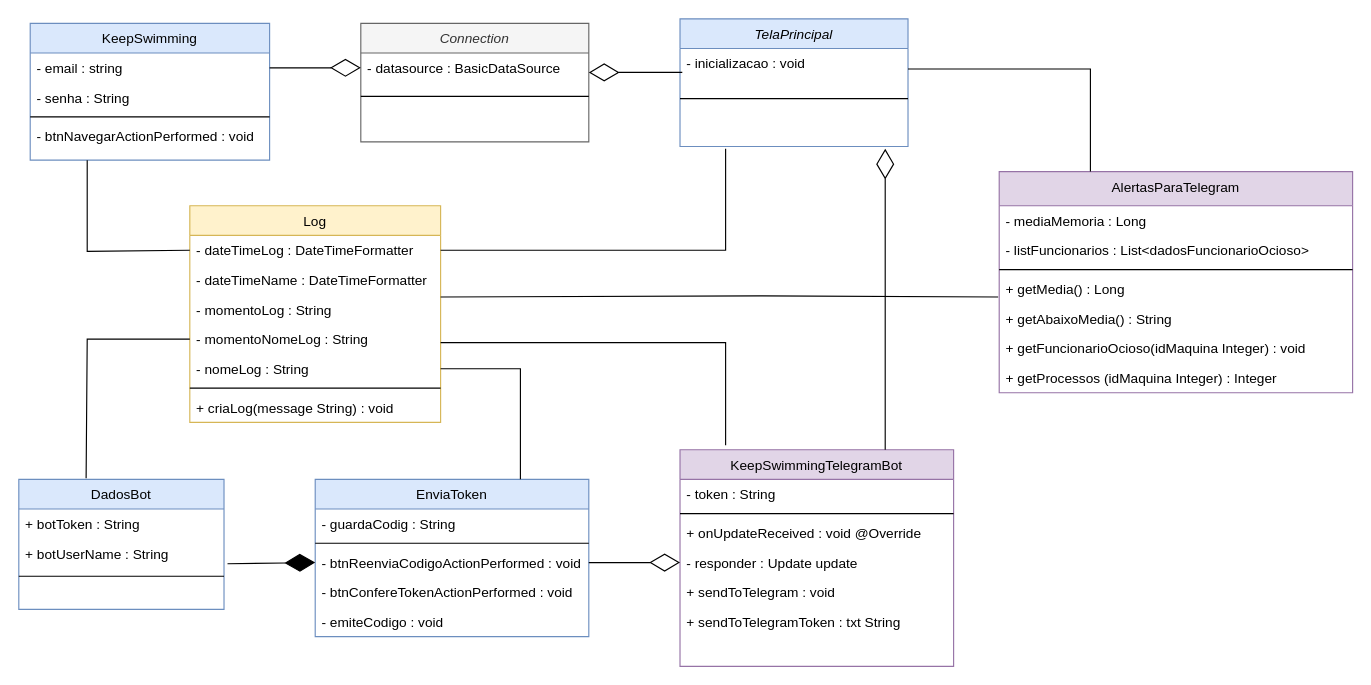
NetoOSantos/Keep-Swimming keeps this draw.io diagram as documentaçao/keepSwimming.drawio. Above is the earlier version. Source tidied: cells renumbered, new cells numbered last; positions are measured from the earlier drawing's top-left corner, leaving out a move shared by most shapes. Both pictures are drawn from the tidied source at 114%, with x=0, y=0 at pixel (18, 18).
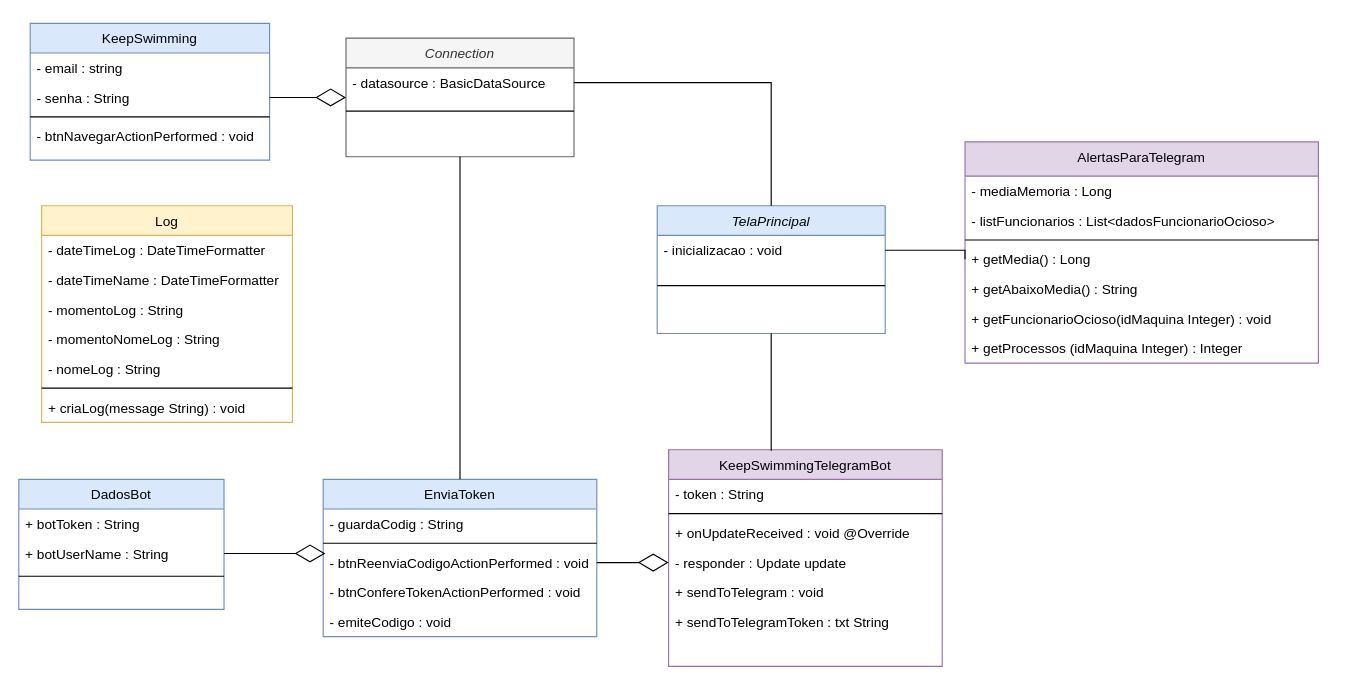
The same diagram, later.

Unchanged cells that the change refers to:
```xml
<mxCell id="3" value="- datasource : BasicDataSource" style="text;align=left;verticalAlign=top;spacingLeft=4;spacingRight=4;overflow=hidden;points=[[0,0.5],[1,0.5]];portConstraint=eastwest;" parent="2" vertex="1">
  <mxGeometry y="26" width="200" height="26" as="geometry" />
</mxCell>
<mxCell id="8" value="- btnReenviaCodigoActionPerformed : void&#10;" style="text;align=left;verticalAlign=top;spacingLeft=4;spacingRight=4;overflow=hidden;points=[[0,0.5],[1,0.5]];portConstraint=eastwest;" parent="5" vertex="1">
  <mxGeometry y="60" width="240" height="26" as="geometry" />
</mxCell>
<mxCell id="11" value="DadosBot" style="swimlane;fontStyle=0;align=center;verticalAlign=top;horizontal=1;startSize=26;rounded=0;shadow=0;strokeWidth=1;fillColor=#dae8fc;strokeColor=#6c8ebf;" parent="1" vertex="1">
  <mxGeometry y="404" width="180" height="114" as="geometry" />
</mxCell>
<mxCell id="13" value="+ botUserName : String" style="text;align=left;verticalAlign=top;spacingLeft=4;spacingRight=4;overflow=hidden;points=[[0,0.5],[1,0.5]];portConstraint=eastwest;rounded=0;shadow=0;html=0;" parent="11" vertex="1">
  <mxGeometry y="52" width="180" height="26" as="geometry" />
</mxCell>
<mxCell id="16" value="- email : string" style="text;align=left;verticalAlign=top;spacingLeft=4;spacingRight=4;overflow=hidden;points=[[0,0.5],[1,0.5]];portConstraint=eastwest;" parent="15" vertex="1">
  <mxGeometry y="26" width="210" height="26" as="geometry" />
</mxCell>
<mxCell id="17" value="- senha : String" style="text;align=left;verticalAlign=top;spacingLeft=4;spacingRight=4;overflow=hidden;points=[[0,0.5],[1,0.5]];portConstraint=eastwest;" parent="15" vertex="1">
  <mxGeometry y="52" width="210" height="26" as="geometry" />
</mxCell>
<mxCell id="24" value="- responder : Update update" style="text;align=left;verticalAlign=top;spacingLeft=4;spacingRight=4;overflow=hidden;points=[[0,0.5],[1,0.5]];portConstraint=eastwest;" parent="20" vertex="1">
  <mxGeometry y="86" width="240" height="26" as="geometry" />
</mxCell>
<mxCell id="28" value="- inicializacao : void" style="text;align=left;verticalAlign=top;spacingLeft=4;spacingRight=4;overflow=hidden;points=[[0,0.5],[1,0.5]];portConstraint=eastwest;" parent="27" vertex="1">
  <mxGeometry y="26" width="200" height="26" as="geometry" />
</mxCell>
<mxCell id="37" value="+ getMedia() : Long" style="text;align=left;verticalAlign=top;spacingLeft=4;spacingRight=4;overflow=hidden;points=[[0,0.5],[1,0.5]];portConstraint=eastwest;" parent="33" vertex="1">
  <mxGeometry y="90" width="310" height="26" as="geometry" />
</mxCell>
<mxCell id="44" value="- dateTimeLog : DateTimeFormatter" style="text;align=left;verticalAlign=top;spacingLeft=4;spacingRight=4;overflow=hidden;points=[[0,0.5],[1,0.5]];portConstraint=eastwest;" parent="43" vertex="1">
  <mxGeometry y="26" width="220" height="26" as="geometry" />
</mxCell>
<mxCell id="47" value="- momentoNomeLog : String" style="text;align=left;verticalAlign=top;spacingLeft=4;spacingRight=4;overflow=hidden;points=[[0,0.5],[1,0.5]];portConstraint=eastwest;" parent="43" vertex="1">
  <mxGeometry y="104" width="220" height="26" as="geometry" />
</mxCell>
<mxCell id="48" value="- nomeLog : String" style="text;align=left;verticalAlign=top;spacingLeft=4;spacingRight=4;overflow=hidden;points=[[0,0.5],[1,0.5]];portConstraint=eastwest;" parent="43" vertex="1">
  <mxGeometry y="130" width="220" height="26" as="geometry" />
</mxCell>
```

Change to the diagram source:
```diff
@@
     <mxCell id="2" value="Connection" style="swimlane;fontStyle=2;align=center;verticalAlign=top;horizontal=1;startSize=26;rounded=0;shadow=0;strokeWidth=1;fillColor=#f5f5f5;fontColor=#333333;strokeColor=#666666;" parent="1" vertex="1">
-      <mxGeometry x="300" y="4" width="200" height="104" as="geometry" />
+      <mxGeometry x="287" y="17" width="200" height="104" as="geometry" />
     </mxCell>
@@
     <mxCell id="5" value="EnviaToken" style="swimlane;fontStyle=0;align=center;verticalAlign=top;horizontal=1;startSize=26;rounded=0;shadow=0;strokeWidth=1;fillColor=#dae8fc;strokeColor=#6c8ebf;" parent="1" vertex="1">
-      <mxGeometry x="260" y="404" width="240" height="138" as="geometry" />
+      <mxGeometry x="267" y="404" width="240" height="138" as="geometry" />
     </mxCell>
@@
     <mxCell id="20" value="KeepSwimmingTelegramBot" style="swimlane;fontStyle=0;align=center;verticalAlign=top;horizontal=1;startSize=26;rounded=0;shadow=0;strokeWidth=1;fillColor=#e1d5e7;strokeColor=#9673a6;" parent="1" vertex="1">
-      <mxGeometry x="580" y="378" width="240" height="190" as="geometry" />
+      <mxGeometry x="570" y="378" width="240" height="190" as="geometry" />
     </mxCell>
@@
     <mxCell id="27" value="TelaPrincipal" style="swimlane;fontStyle=2;align=center;verticalAlign=top;horizontal=1;startSize=26;rounded=0;shadow=0;strokeWidth=1;fillColor=#dae8fc;strokeColor=#6c8ebf;" parent="1" vertex="1">
-      <mxGeometry x="580" width="200" height="112" as="geometry" />
+      <mxGeometry x="560" y="164" width="200" height="112" as="geometry" />
     </mxCell>
@@
-    <mxCell id="30" style="endArrow=diamondThin;endFill=1;endSize=24;html=1;rounded=0;entryX=0;entryY=0.5;entryDx=0;entryDy=0;exitX=1.017;exitY=0.846;exitDx=0;exitDy=0;exitPerimeter=0;" parent="1" edge="1" source="13" target="8">
-      <mxGeometry relative="1" as="geometry" />
-    </mxCell>
-    <mxCell id="31" style="endArrow=diamondThin;endFill=0;endSize=24;html=1;rounded=0;exitX=0.75;exitY=0;exitDx=0;exitDy=0;" parent="1" edge="1" source="20">
-      <mxGeometry relative="1" as="geometry">
-        <mxPoint x="760" y="114" as="targetPoint" />
-      </mxGeometry>
-    </mxCell>
-    <mxCell id="32" style="endArrow=diamondThin;endFill=0;endSize=24;html=1;rounded=0;entryX=0;entryY=0.5;entryDx=0;entryDy=0;exitX=1;exitY=0.5;exitDx=0;exitDy=0;" parent="1" edge="1" source="16" target="3">
-      <mxGeometry relative="1" as="geometry" />
-    </mxCell>
     <mxCell id="33" value="AlertasParaTelegram" style="swimlane;fontStyle=0;align=center;verticalAlign=top;horizontal=1;startSize=30;rounded=0;shadow=0;strokeWidth=1;fillColor=#e1d5e7;strokeColor=#9673a6;" parent="1" vertex="1">
-      <mxGeometry x="860" y="134" width="310" height="194" as="geometry" />
+      <mxGeometry x="830" y="108" width="310" height="194" as="geometry" />
     </mxCell>
@@
-    <mxCell id="41" style="endArrow=diamondThin;endFill=0;endSize=24;html=1;rounded=0;exitX=1;exitY=0.5;exitDx=0;exitDy=0;entryX=0;entryY=0.5;entryDx=0;entryDy=0;" parent="1" edge="1" source="8" target="24">
-      <mxGeometry relative="1" as="geometry" />
-    </mxCell>
-    <mxCell id="42" style="endArrow=none;html=1;rounded=0;" parent="1" edge="1">
-      <mxGeometry relative="1" as="geometry">
-        <mxPoint x="780" y="44" as="sourcePoint" />
-        <mxPoint x="940" y="134" as="targetPoint" />
-        <Array as="points">
-          <mxPoint x="940" y="44" />
-        </Array>
-      </mxGeometry>
-    </mxCell>
     <mxCell id="43" value="Log" style="swimlane;fontStyle=0;align=center;verticalAlign=top;horizontal=1;startSize=26;rounded=0;shadow=0;strokeWidth=1;fillColor=#fff2cc;strokeColor=#d6b656;" parent="1" vertex="1">
-      <mxGeometry x="150" y="164" width="220" height="190" as="geometry" />
+      <mxGeometry x="20" y="164" width="220" height="190" as="geometry" />
     </mxCell>
@@
-    <mxCell id="51" style="endArrow=none;html=1;rounded=0;exitX=1;exitY=0.5;exitDx=0;exitDy=0;entryX=0.75;entryY=0;entryDx=0;entryDy=0;" parent="1" edge="1" source="48" target="5">
-      <mxGeometry relative="1" as="geometry">
-        <Array as="points">
-          <mxPoint x="440" y="307" />
-        </Array>
-      </mxGeometry>
-    </mxCell>
-    <mxCell id="52" style="endArrow=none;html=1;rounded=0;exitX=1;exitY=0.5;exitDx=0;exitDy=0;" parent="1" edge="1" source="44">
-      <mxGeometry relative="1" as="geometry">
-        <mxPoint x="620" y="114" as="targetPoint" />
-        <Array as="points">
-          <mxPoint x="620" y="203" />
-        </Array>
-      </mxGeometry>
-    </mxCell>
-    <mxCell id="53" style="endArrow=none;html=1;rounded=0;entryX=-0.003;entryY=0.769;entryDx=0;entryDy=0;entryPerimeter=0;" parent="1" edge="1" target="37">
-      <mxGeometry relative="1" as="geometry">
-        <mxPoint x="370" y="244" as="sourcePoint" />
-        <Array as="points">
-          <mxPoint x="650" y="243" />
-        </Array>
-      </mxGeometry>
-    </mxCell>
-    <mxCell id="54" style="endArrow=none;html=1;rounded=0;" parent="1" edge="1">
-      <mxGeometry relative="1" as="geometry">
-        <mxPoint x="370" y="284" as="sourcePoint" />
-        <mxPoint x="620" y="374" as="targetPoint" />
-        <Array as="points">
-          <mxPoint x="620" y="284" />
-        </Array>
-      </mxGeometry>
-    </mxCell>
-    <mxCell id="55" style="endArrow=none;html=1;rounded=0;entryX=0;entryY=0.5;entryDx=0;entryDy=0;" parent="1" edge="1" target="44">
-      <mxGeometry relative="1" as="geometry">
-        <mxPoint x="60" y="124" as="sourcePoint" />
-        <Array as="points">
-          <mxPoint x="60" y="204" />
-        </Array>
-      </mxGeometry>
-    </mxCell>
-    <mxCell id="56" style="endArrow=none;html=1;rounded=0;exitX=0.328;exitY=-0.009;exitDx=0;exitDy=0;exitPerimeter=0;entryX=0;entryY=0.5;entryDx=0;entryDy=0;" parent="1" edge="1" source="11" target="47">
-      <mxGeometry relative="1" as="geometry">
-        <Array as="points">
-          <mxPoint x="60" y="281" />
-        </Array>
-      </mxGeometry>
-    </mxCell>
-    <mxCell id="57" style="endArrow=diamondThin;endFill=0;endSize=24;html=1;rounded=0;exitX=0.01;exitY=0.808;exitDx=0;exitDy=0;exitPerimeter=0;" parent="1" edge="1" source="28">
-      <mxGeometry relative="1" as="geometry">
-        <mxPoint x="500" y="47" as="targetPoint" />
-      </mxGeometry>
-    </mxCell>
+    <mxCell id="30" style="endArrow=diamondThin;endFill=0;endSize=24;html=1;rounded=0;exitX=1;exitY=0.5;exitDx=0;exitDy=0;entryX=0.008;entryY=0.192;entryDx=0;entryDy=0;entryPerimeter=0;" parent="1" edge="1" source="13" target="8">
+      <mxGeometry relative="1" as="geometry" />
+    </mxCell>
+    <mxCell id="58" style="endArrow=none;html=1;edgeStyle=orthogonalEdgeStyle;rounded=0;exitX=1;exitY=0.5;exitDx=0;exitDy=0;entryX=0;entryY=0.5;entryDx=0;entryDy=0;" parent="1" edge="1" source="28" target="37">
+      <mxGeometry relative="1" as="geometry">
+        <Array as="points">
+          <mxPoint x="830" y="203" />
+        </Array>
+      </mxGeometry>
+    </mxCell>
+    <mxCell id="59" style="endArrow=none;html=1;edgeStyle=orthogonalEdgeStyle;rounded=0;exitX=0.375;exitY=0.005;exitDx=0;exitDy=0;entryX=0.5;entryY=1;entryDx=0;entryDy=0;exitPerimeter=0;" parent="1" edge="1" source="20" target="27">
+      <mxGeometry relative="1" as="geometry" />
+    </mxCell>
+    <mxCell id="60" style="endArrow=diamondThin;endFill=0;endSize=24;html=1;rounded=0;exitX=1;exitY=0.5;exitDx=0;exitDy=0;entryX=0;entryY=0.5;entryDx=0;entryDy=0;" parent="1" edge="1" source="17" target="2">
+      <mxGeometry relative="1" as="geometry" />
+    </mxCell>
+    <mxCell id="41" style="endArrow=diamondThin;endFill=0;endSize=24;html=1;rounded=0;exitX=1;exitY=0.5;exitDx=0;exitDy=0;entryX=0;entryY=0.5;entryDx=0;entryDy=0;" parent="1" edge="1" source="8" target="24">
+      <mxGeometry relative="1" as="geometry" />
+    </mxCell>
+    <mxCell id="61" style="endArrow=none;html=1;edgeStyle=orthogonalEdgeStyle;rounded=0;exitX=0.5;exitY=0;exitDx=0;exitDy=0;entryX=0.5;entryY=1;entryDx=0;entryDy=0;" parent="1" edge="1" source="5" target="2">
+      <mxGeometry relative="1" as="geometry" />
+    </mxCell>
+    <mxCell id="62" style="endArrow=none;html=1;edgeStyle=orthogonalEdgeStyle;rounded=0;exitX=0.5;exitY=0;exitDx=0;exitDy=0;entryX=1;entryY=0.5;entryDx=0;entryDy=0;" parent="1" edge="1" source="27" target="3">
+      <mxGeometry relative="1" as="geometry" />
+    </mxCell>
```
